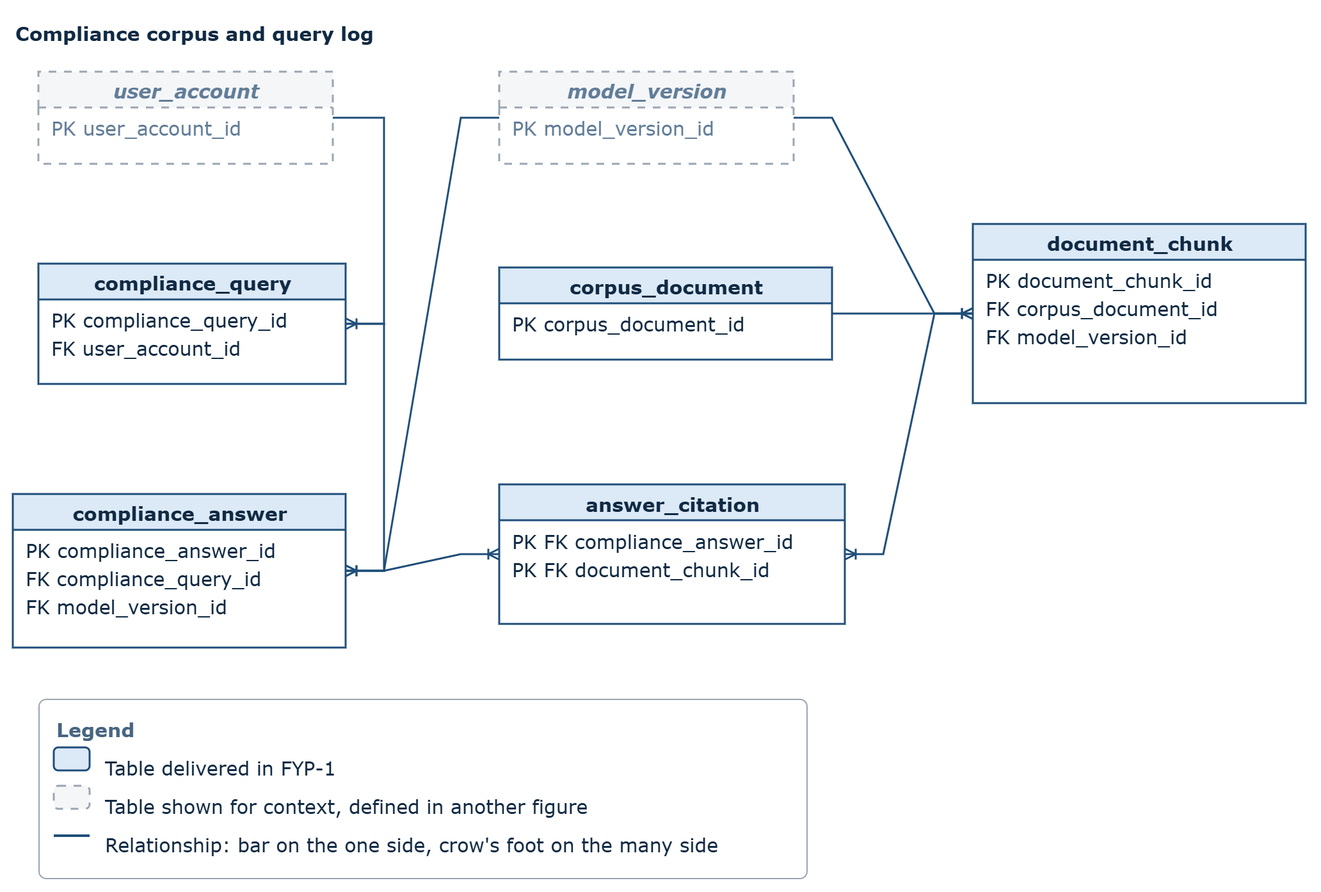
Before: docs/report/Figures/fig06_er_compliance.png, a diagram exported from draw.io (whozahm3d/founders-carnet). Source tidied: cells renumbered, new cells last; positions are measured from the earlier drawing's top-left corner, leaving out a move shared by most shapes.
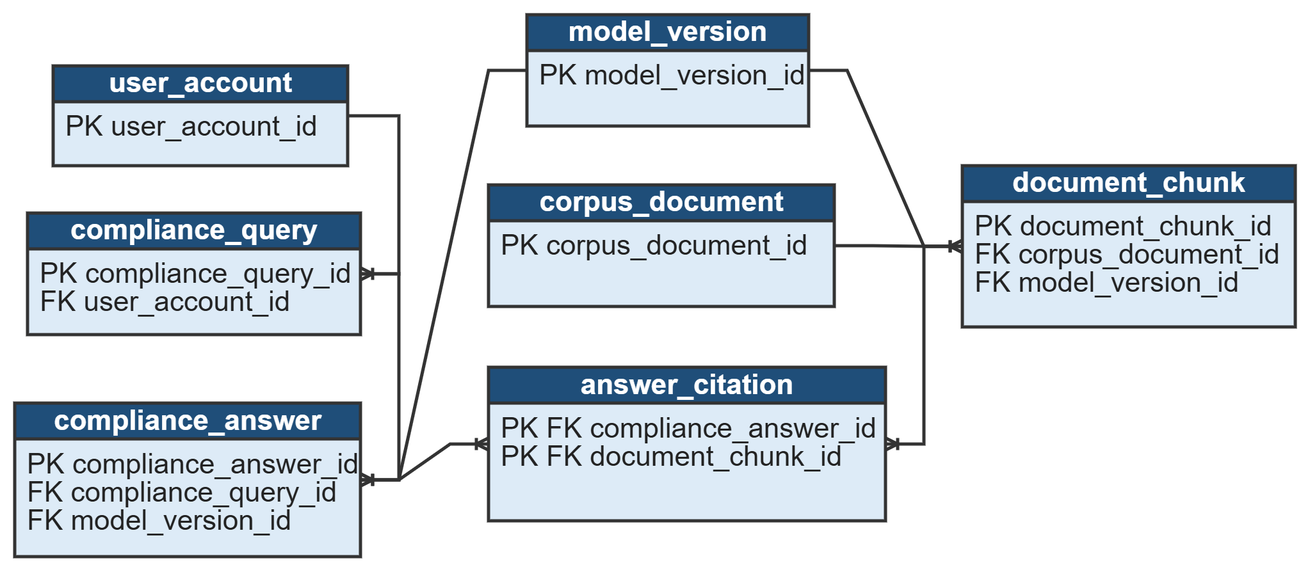
The same file after the commit.

The edit, as a diff of the source:
```diff
@@ -1,114 +1,87 @@
-<mxGraphModel>
+<mxGraphModel background="#FFFFFF">
   <root>
     <mxCell id="0" />
     <mxCell id="1" parent="0" />
-    <mxCell id="2" value="Compliance corpus and query log" style="text;html=1;fontFamily=Verdana;fontSize=15;fontStyle=1;fontColor=#102A43;align=left;verticalAlign=middle;" parent="1" vertex="1">
-      <mxGeometry width="900" height="30" as="geometry" />
-    </mxCell>
-    <mxCell id="3" value="user_account" style="swimlane;html=1;startSize=28;fillColor=#F4F6F8;strokeColor=#9AA5B1;strokeWidth=1.5;dashed=1;dashPattern=4 4;fontFamily=Verdana;fontSize=15;fontStyle=3;fontColor=#627D98;align=center;horizontal=1;" parent="1" vertex="1">
-      <mxGeometry x="20" y="46" width="230" height="72" as="geometry" />
+    <mxCell id="3" value="user_account" style="swimlane;html=1;startSize=28;fillColor=#1F4E79;strokeColor=#333333;strokeWidth=2.5;fontFamily=Arial;fontSize=22;fontStyle=1;fontColor=#FFFFFF;align=center;horizontal=1;verticalAlign=middle;swimlaneFillColor=#DDEBF7;" parent="1" vertex="1">
+      <mxGeometry x="90" y="96" width="230" height="78" as="geometry" />
     </mxCell>
-    <mxCell id="4" value="PK  user_account_id" style="text;html=1;strokeColor=none;fillColor=none;align=left;spacingLeft=8;fontFamily=Verdana;fontSize=15;fontColor=#627D98;" parent="3" vertex="1">
+    <mxCell id="4" value="PK  user_account_id" style="text;html=1;strokeColor=none;fillColor=none;align=left;spacingLeft=8;fontFamily=Arial;fontSize=22;fontColor=#222222;strokeWidth=2.5;" parent="3" vertex="1">
       <mxGeometry y="28" width="230" height="22" as="geometry" />
     </mxCell>
-    <mxCell id="5" value="corpus_document" style="swimlane;html=1;startSize=28;fillColor=#DCE9F7;strokeColor=#1F4E79;strokeWidth=1.5;fontFamily=Verdana;fontSize=15;fontStyle=1;fontColor=#102A43;align=center;horizontal=1;" parent="1" vertex="1">
-      <mxGeometry x="380" y="199" width="260" height="72" as="geometry" />
+    <mxCell id="5" value="corpus_document" style="swimlane;html=1;startSize=28;fillColor=#1F4E79;strokeColor=#333333;strokeWidth=2.5;fontFamily=Arial;fontSize=22;fontStyle=1;fontColor=#FFFFFF;align=center;horizontal=1;verticalAlign=middle;swimlaneFillColor=#DDEBF7;" parent="1" vertex="1">
+      <mxGeometry x="430" y="189" width="270" height="95" as="geometry" />
     </mxCell>
-    <mxCell id="6" value="PK  corpus_document_id" style="text;html=1;strokeColor=none;fillColor=none;align=left;spacingLeft=8;fontFamily=Verdana;fontSize=15;fontColor=#102A43;" parent="5" vertex="1">
+    <mxCell id="6" value="PK  corpus_document_id" style="text;html=1;strokeColor=none;fillColor=none;align=left;spacingLeft=8;fontFamily=Arial;fontSize=22;fontColor=#222222;strokeWidth=2.5;" parent="5" vertex="1">
       <mxGeometry y="28" width="230" height="22" as="geometry" />
     </mxCell>
-    <mxCell id="7" value="model_version" style="swimlane;html=1;startSize=28;fillColor=#F4F6F8;strokeColor=#9AA5B1;strokeWidth=1.5;dashed=1;dashPattern=4 4;fontFamily=Verdana;fontSize=15;fontStyle=3;fontColor=#627D98;align=center;horizontal=1;" parent="1" vertex="1">
-      <mxGeometry x="380" y="46" width="230" height="72" as="geometry" />
+    <mxCell id="7" value="model_version" style="swimlane;html=1;startSize=28;fillColor=#1F4E79;strokeColor=#333333;strokeWidth=2.5;fontFamily=Arial;fontSize=22;fontStyle=1;fontColor=#FFFFFF;align=center;horizontal=1;verticalAlign=middle;swimlaneFillColor=#DDEBF7;" parent="1" vertex="1">
+      <mxGeometry x="460" y="56" width="220" height="87" as="geometry" />
     </mxCell>
-    <mxCell id="8" value="PK  model_version_id" style="text;html=1;strokeColor=none;fillColor=none;align=left;spacingLeft=8;fontFamily=Verdana;fontSize=15;fontColor=#627D98;" parent="7" vertex="1">
+    <mxCell id="8" value="PK  model_version_id" style="text;html=1;strokeColor=none;fillColor=none;align=left;spacingLeft=8;fontFamily=Arial;fontSize=22;fontColor=#222222;strokeWidth=2.5;" parent="7" vertex="1">
       <mxGeometry y="28" width="230" height="22" as="geometry" />
     </mxCell>
-    <mxCell id="9" value="compliance_query" style="swimlane;html=1;startSize=28;fillColor=#DCE9F7;strokeColor=#1F4E79;strokeWidth=1.5;fontFamily=Verdana;fontSize=15;fontStyle=1;fontColor=#102A43;align=center;horizontal=1;" parent="1" vertex="1">
-      <mxGeometry x="20" y="196" width="240" height="94" as="geometry" />
+    <mxCell id="9" value="compliance_query" style="swimlane;html=1;startSize=28;fillColor=#1F4E79;strokeColor=#333333;strokeWidth=2.5;fontFamily=Arial;fontSize=22;fontStyle=1;fontColor=#FFFFFF;align=center;horizontal=1;verticalAlign=middle;swimlaneFillColor=#DDEBF7;" parent="1" vertex="1">
+      <mxGeometry x="70" y="211" width="260" height="95" as="geometry" />
     </mxCell>
-    <mxCell id="10" value="PK  compliance_query_id" style="text;html=1;strokeColor=none;fillColor=none;align=left;spacingLeft=8;fontFamily=Verdana;fontSize=15;fontColor=#102A43;" parent="9" vertex="1">
+    <mxCell id="10" value="PK  compliance_query_id" style="text;html=1;strokeColor=none;fillColor=none;align=left;spacingLeft=8;fontFamily=Arial;fontSize=22;fontColor=#222222;strokeWidth=2.5;" parent="9" vertex="1">
       <mxGeometry y="28" width="230" height="22" as="geometry" />
     </mxCell>
-    <mxCell id="11" value="FK  user_account_id" style="text;html=1;strokeColor=none;fillColor=none;align=left;spacingLeft=8;fontFamily=Verdana;fontSize=15;fontColor=#102A43;" parent="9" vertex="1">
+    <mxCell id="11" value="FK  user_account_id" style="text;html=1;strokeColor=none;fillColor=none;align=left;spacingLeft=8;fontFamily=Arial;fontSize=22;fontColor=#222222;strokeWidth=2.5;" parent="9" vertex="1">
       <mxGeometry y="50" width="230" height="22" as="geometry" />
     </mxCell>
-    <mxCell id="12" value="document_chunk" style="swimlane;html=1;startSize=28;fillColor=#DCE9F7;strokeColor=#1F4E79;strokeWidth=1.5;fontFamily=Verdana;fontSize=15;fontStyle=1;fontColor=#102A43;align=center;horizontal=1;" parent="1" vertex="1">
-      <mxGeometry x="750" y="165" width="260" height="140" as="geometry" />
+    <mxCell id="12" value="document_chunk" style="swimlane;html=1;startSize=28;fillColor=#1F4E79;strokeColor=#333333;strokeWidth=2.5;fontFamily=Arial;fontSize=22;fontStyle=1;fontColor=#FFFFFF;align=center;horizontal=1;verticalAlign=middle;swimlaneFillColor=#DDEBF7;" parent="1" vertex="1">
+      <mxGeometry x="800" y="174" width="260" height="126" as="geometry" />
     </mxCell>
-    <mxCell id="13" value="PK  document_chunk_id" style="text;html=1;strokeColor=none;fillColor=none;align=left;spacingLeft=8;fontFamily=Verdana;fontSize=15;fontColor=#102A43;" parent="12" vertex="1">
+    <mxCell id="13" value="PK  document_chunk_id" style="text;html=1;strokeColor=none;fillColor=none;align=left;spacingLeft=8;fontFamily=Arial;fontSize=22;fontColor=#222222;strokeWidth=2.5;" parent="12" vertex="1">
       <mxGeometry y="28" width="230" height="22" as="geometry" />
     </mxCell>
-    <mxCell id="14" value="FK  corpus_document_id" style="text;html=1;strokeColor=none;fillColor=none;align=left;spacingLeft=8;fontFamily=Verdana;fontSize=15;fontColor=#102A43;" parent="12" vertex="1">
+    <mxCell id="14" value="FK  corpus_document_id" style="text;html=1;strokeColor=none;fillColor=none;align=left;spacingLeft=8;fontFamily=Arial;fontSize=22;fontColor=#222222;strokeWidth=2.5;" parent="12" vertex="1">
       <mxGeometry y="50" width="230" height="22" as="geometry" />
     </mxCell>
-    <mxCell id="15" value="FK  model_version_id" style="text;html=1;strokeColor=none;fillColor=none;align=left;spacingLeft=8;fontFamily=Verdana;fontSize=15;fontColor=#102A43;" parent="12" vertex="1">
+    <mxCell id="15" value="FK  model_version_id" style="text;html=1;strokeColor=none;fillColor=none;align=left;spacingLeft=8;fontFamily=Arial;fontSize=22;fontColor=#222222;strokeWidth=2.5;" parent="12" vertex="1">
       <mxGeometry y="72" width="230" height="22" as="geometry" />
     </mxCell>
-    <mxCell id="16" value="compliance_answer" style="swimlane;html=1;startSize=28;fillColor=#DCE9F7;strokeColor=#1F4E79;strokeWidth=1.5;fontFamily=Verdana;fontSize=15;fontStyle=1;fontColor=#102A43;align=center;horizontal=1;" parent="1" vertex="1">
-      <mxGeometry y="376" width="260" height="120" as="geometry" />
+    <mxCell id="16" value="compliance_answer" style="swimlane;html=1;startSize=28;fillColor=#1F4E79;strokeColor=#333333;strokeWidth=2.5;fontFamily=Arial;fontSize=22;fontStyle=1;fontColor=#FFFFFF;align=center;horizontal=1;verticalAlign=middle;swimlaneFillColor=#DDEBF7;" parent="1" vertex="1">
+      <mxGeometry x="60" y="359.5" width="270" height="120" as="geometry" />
     </mxCell>
-    <mxCell id="17" value="PK  compliance_answer_id" style="text;html=1;strokeColor=none;fillColor=none;align=left;spacingLeft=8;fontFamily=Verdana;fontSize=15;fontColor=#102A43;" parent="16" vertex="1">
+    <mxCell id="17" value="PK  compliance_answer_id" style="text;html=1;strokeColor=none;fillColor=none;align=left;spacingLeft=8;fontFamily=Arial;fontSize=22;fontColor=#222222;strokeWidth=2.5;" parent="16" vertex="1">
       <mxGeometry y="28" width="230" height="22" as="geometry" />
     </mxCell>
-    <mxCell id="18" value="FK  compliance_query_id" style="text;html=1;strokeColor=none;fillColor=none;align=left;spacingLeft=8;fontFamily=Verdana;fontSize=15;fontColor=#102A43;" parent="16" vertex="1">
+    <mxCell id="18" value="FK  compliance_query_id" style="text;html=1;strokeColor=none;fillColor=none;align=left;spacingLeft=8;fontFamily=Arial;fontSize=22;fontColor=#222222;strokeWidth=2.5;" parent="16" vertex="1">
       <mxGeometry y="50" width="230" height="22" as="geometry" />
     </mxCell>
-    <mxCell id="19" value="FK  model_version_id" style="text;html=1;strokeColor=none;fillColor=none;align=left;spacingLeft=8;fontFamily=Verdana;fontSize=15;fontColor=#102A43;" parent="16" vertex="1">
+    <mxCell id="19" value="FK  model_version_id" style="text;html=1;strokeColor=none;fillColor=none;align=left;spacingLeft=8;fontFamily=Arial;fontSize=22;fontColor=#222222;strokeWidth=2.5;" parent="16" vertex="1">
       <mxGeometry y="72" width="230" height="22" as="geometry" />
     </mxCell>
-    <mxCell id="20" value="answer_citation" style="swimlane;html=1;startSize=28;fillColor=#DCE9F7;strokeColor=#1F4E79;strokeWidth=1.5;fontFamily=Verdana;fontSize=15;fontStyle=1;fontColor=#102A43;align=center;horizontal=1;" parent="1" vertex="1">
-      <mxGeometry x="380" y="368.5" width="270" height="109" as="geometry" />
+    <mxCell id="20" value="answer_citation" style="swimlane;html=1;startSize=28;fillColor=#1F4E79;strokeColor=#333333;strokeWidth=2.5;fontFamily=Arial;fontSize=22;fontStyle=1;fontColor=#FFFFFF;align=center;horizontal=1;verticalAlign=middle;swimlaneFillColor=#DDEBF7;" parent="1" vertex="1">
+      <mxGeometry x="430" y="331.5" width="310" height="120" as="geometry" />
     </mxCell>
-    <mxCell id="21" value="PK FK  compliance_answer_id" style="text;html=1;strokeColor=none;fillColor=none;align=left;spacingLeft=8;fontFamily=Verdana;fontSize=15;fontColor=#102A43;" parent="20" vertex="1">
+    <mxCell id="21" value="PK FK  compliance_answer_id" style="text;html=1;strokeColor=none;fillColor=none;align=left;spacingLeft=8;fontFamily=Arial;fontSize=22;fontColor=#222222;strokeWidth=2.5;" parent="20" vertex="1">
       <mxGeometry y="28" width="230" height="22" as="geometry" />
     </mxCell>
-    <mxCell id="22" value="PK FK  document_chunk_id" style="text;html=1;strokeColor=none;fillColor=none;align=left;spacingLeft=8;fontFamily=Verdana;fontSize=15;fontColor=#102A43;" parent="20" vertex="1">
+    <mxCell id="22" value="PK FK  document_chunk_id" style="text;html=1;strokeColor=none;fillColor=none;align=left;spacingLeft=8;fontFamily=Arial;fontSize=22;fontColor=#222222;strokeWidth=2.5;" parent="20" vertex="1">
       <mxGeometry y="50" width="230" height="22" as="geometry" />
     </mxCell>
-    <mxCell id="23" style="edgeStyle=entityRelationEdgeStyle;rounded=0;html=1;strokeColor=#1F4E79;strokeWidth=1.5;startArrow=ERmandatoryOne;startFill=0;endArrow=ERoneToMany;endFill=0;fontFamily=Verdana;fontSize=15;fontColor=#334E68;" parent="1" edge="1" source="3" target="9">
+    <mxCell id="23" style="edgeStyle=entityRelationEdgeStyle;rounded=0;html=1;strokeColor=#333333;strokeWidth=2.5;startArrow=ERmandatoryOne;startFill=0;endArrow=ERoneToMany;endFill=0;fontFamily=Arial;fontSize=22;fontColor=#222222;" parent="1" edge="1" source="3" target="9">
       <mxGeometry relative="1" as="geometry" />
     </mxCell>
-    <mxCell id="24" style="edgeStyle=entityRelationEdgeStyle;rounded=0;html=1;strokeColor=#1F4E79;strokeWidth=1.5;startArrow=ERmandatoryOne;startFill=0;endArrow=ERoneToMany;endFill=0;fontFamily=Verdana;fontSize=15;fontColor=#334E68;" parent="1" edge="1" source="9" target="16">
+    <mxCell id="24" style="edgeStyle=entityRelationEdgeStyle;rounded=0;html=1;strokeColor=#333333;strokeWidth=2.5;startArrow=ERmandatoryOne;startFill=0;endArrow=ERoneToMany;endFill=0;fontFamily=Arial;fontSize=22;fontColor=#222222;" parent="1" edge="1" source="9" target="16">
       <mxGeometry relative="1" as="geometry" />
     </mxCell>
-    <mxCell id="25" style="edgeStyle=entityRelationEdgeStyle;rounded=0;html=1;strokeColor=#1F4E79;strokeWidth=1.5;startArrow=ERmandatoryOne;startFill=0;endArrow=ERoneToMany;endFill=0;fontFamily=Verdana;fontSize=15;fontColor=#334E68;" parent="1" edge="1" source="5" target="12">
+    <mxCell id="25" style="edgeStyle=entityRelationEdgeStyle;rounded=0;html=1;strokeColor=#333333;strokeWidth=2.5;startArrow=ERmandatoryOne;startFill=0;endArrow=ERoneToMany;endFill=0;fontFamily=Arial;fontSize=22;fontColor=#222222;" parent="1" edge="1" source="5" target="12">
       <mxGeometry relative="1" as="geometry" />
     </mxCell>
-    <mxCell id="26" style="edgeStyle=entityRelationEdgeStyle;rounded=0;html=1;strokeColor=#1F4E79;strokeWidth=1.5;startArrow=ERmandatoryOne;startFill=0;endArrow=ERoneToMany;endFill=0;fontFamily=Verdana;fontSize=15;fontColor=#334E68;" parent="1" edge="1" source="7" target="12">
+    <mxCell id="26" style="edgeStyle=entityRelationEdgeStyle;rounded=0;html=1;strokeColor=#333333;strokeWidth=2.5;startArrow=ERmandatoryOne;startFill=0;endArrow=ERoneToMany;endFill=0;fontFamily=Arial;fontSize=22;fontColor=#222222;" parent="1" edge="1" source="7" target="12">
       <mxGeometry relative="1" as="geometry" />
     </mxCell>
-    <mxCell id="27" style="edgeStyle=entityRelationEdgeStyle;rounded=0;html=1;strokeColor=#1F4E79;strokeWidth=1.5;startArrow=ERmandatoryOne;startFill=0;endArrow=ERoneToMany;endFill=0;fontFamily=Verdana;fontSize=15;fontColor=#334E68;" parent="1" edge="1" source="7" target="16">
+    <mxCell id="27" style="edgeStyle=entityRelationEdgeStyle;rounded=0;html=1;strokeColor=#333333;strokeWidth=2.5;startArrow=ERmandatoryOne;startFill=0;endArrow=ERoneToMany;endFill=0;fontFamily=Arial;fontSize=22;fontColor=#222222;" parent="1" edge="1" source="7" target="16">
       <mxGeometry relative="1" as="geometry" />
     </mxCell>
-    <mxCell id="28" style="edgeStyle=entityRelationEdgeStyle;rounded=0;html=1;strokeColor=#1F4E79;strokeWidth=1.5;startArrow=ERmandatoryOne;startFill=0;endArrow=ERoneToMany;endFill=0;fontFamily=Verdana;fontSize=15;fontColor=#334E68;" parent="1" edge="1" source="16" target="20">
+    <mxCell id="28" style="edgeStyle=entityRelationEdgeStyle;rounded=0;html=1;strokeColor=#333333;strokeWidth=2.5;startArrow=ERmandatoryOne;startFill=0;endArrow=ERoneToMany;endFill=0;fontFamily=Arial;fontSize=22;fontColor=#222222;" parent="1" edge="1" source="16" target="20">
       <mxGeometry relative="1" as="geometry" />
     </mxCell>
-    <mxCell id="29" style="edgeStyle=entityRelationEdgeStyle;rounded=0;html=1;strokeColor=#1F4E79;strokeWidth=1.5;startArrow=ERmandatoryOne;startFill=0;endArrow=ERoneToMany;endFill=0;fontFamily=Verdana;fontSize=15;fontColor=#334E68;" parent="1" edge="1" source="12" target="20">
+    <mxCell id="29" style="edgeStyle=entityRelationEdgeStyle;rounded=0;html=1;strokeColor=#333333;strokeWidth=2.5;startArrow=ERmandatoryOne;startFill=0;endArrow=ERoneToMany;endFill=0;fontFamily=Arial;fontSize=22;fontColor=#222222;" parent="1" edge="1" source="12" target="20">
       <mxGeometry relative="1" as="geometry" />
     </mxCell>
-    <mxCell id="30" style="rounded=1;arcSize=4;html=1;fillColor=none;strokeColor=#9AA5B1;strokeWidth=1;fontSize=15;" parent="1" vertex="1">
-      <mxGeometry x="20" y="536" width="600" height="140" as="geometry" />
-    </mxCell>
-    <mxCell id="31" value="Legend" style="text;html=1;fontFamily=Verdana;fontSize=15;fontStyle=1;fontColor=#486581;align=left;" parent="1" vertex="1">
-      <mxGeometry x="32" y="544" width="200" height="20" as="geometry" />
-    </mxCell>
-    <mxCell id="32" style="rounded=1;arcSize=20;html=1;fillColor=#DCE9F7;strokeColor=#1F4E79;strokeWidth=1.5;fontSize=15;" parent="1" vertex="1">
-      <mxGeometry x="32" y="574" width="28" height="18" as="geometry" />
-    </mxCell>
-    <mxCell id="33" value="Table delivered in FYP-1" style="text;html=1;fontFamily=Verdana;fontSize=15;fontColor=#102A43;align=left;" parent="1" vertex="1">
-      <mxGeometry x="70" y="574" width="440" height="18" as="geometry" />
-    </mxCell>
-    <mxCell id="34" style="rounded=1;arcSize=20;html=1;fillColor=#F4F6F8;strokeColor=#9AA5B1;strokeWidth=1.5;dashed=1;dashPattern=4 4;fontSize=15;" parent="1" vertex="1">
-      <mxGeometry x="32" y="604" width="28" height="18" as="geometry" />
-    </mxCell>
-    <mxCell id="35" value="Table shown for context, defined in another figure" style="text;html=1;fontFamily=Verdana;fontSize=15;fontColor=#102A43;align=left;" parent="1" vertex="1">
-      <mxGeometry x="70" y="604" width="440" height="18" as="geometry" />
-    </mxCell>
-    <mxCell id="36" style="shape=line;html=1;strokeColor=#1F4E79;strokeWidth=2;fontSize=15;" parent="1" vertex="1">
-      <mxGeometry x="32" y="634" width="28" height="18" as="geometry" />
-    </mxCell>
-    <mxCell id="37" value="Relationship: bar on the one side, crow's foot on the many side" style="text;html=1;fontFamily=Verdana;fontSize=15;fontColor=#102A43;align=left;" parent="1" vertex="1">
-      <mxGeometry x="70" y="634" width="460" height="18" as="geometry" />
-    </mxCell>
   </root>
 </mxGraphModel>
```
